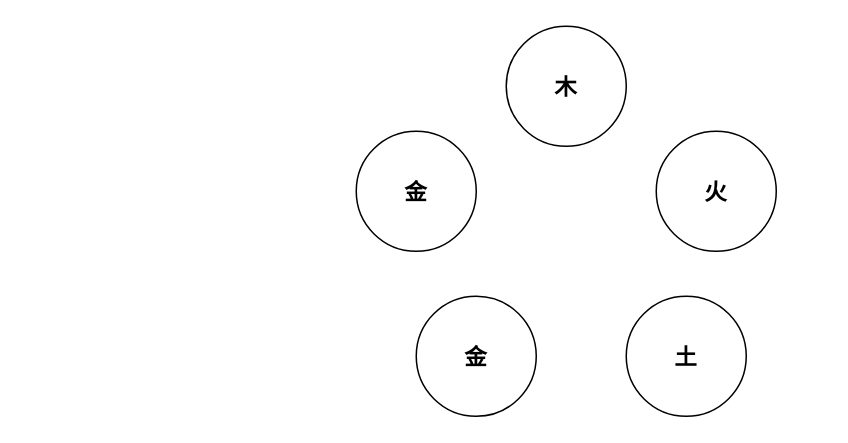
328507133/chart keeps this draw.io diagram as 易医玄门基础理论/阴阳/五行之性味.drawio. Above is the earlier version. Source tidied: cells renumbered, new cells numbered last; positions are measured from the earlier drawing's top-left corner, leaving out a move shared by most shapes. Both pictures are drawn from the tidied source at 150%, with x=0, y=0 at pixel (356, 26).
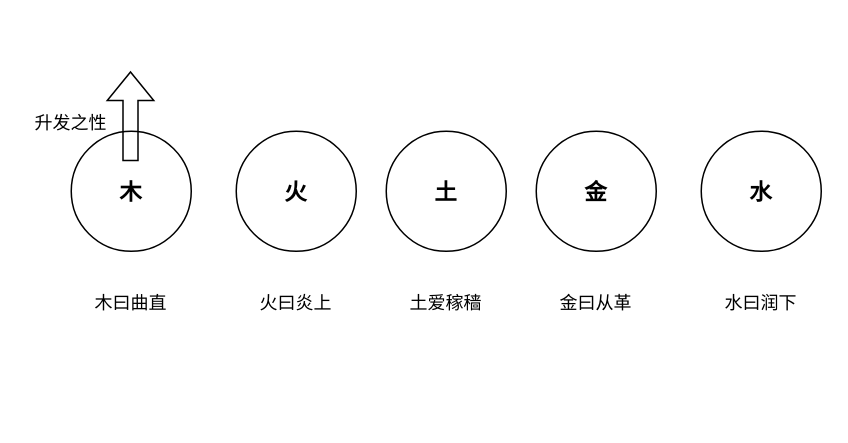
The same diagram, later.

Commit message (it also covers changes not shown here):
更新五行之性味.drawio

The edit, as a diff of the source:
```diff
@@
 <mxGraphModel>
   <root>
     <mxCell id="0" />
     <mxCell id="1" parent="0" />
     <mxCell id="2" value="金" style="ellipse;whiteSpace=wrap;html=1;fontSize=15;fontStyle=1;" parent="1" vertex="1">
-      <mxGeometry y="70" width="80" height="80" as="geometry" />
+      <mxGeometry x="120" y="70" width="80" height="80" as="geometry" />
     </mxCell>
-    <mxCell id="3" value="金" style="ellipse;whiteSpace=wrap;html=1;fontSize=15;fontStyle=1;" parent="1" vertex="1">
-      <mxGeometry x="40" y="180" width="80" height="80" as="geometry" />
+    <mxCell id="3" value="水" style="ellipse;whiteSpace=wrap;html=1;fontSize=15;fontStyle=1;" parent="1" vertex="1">
+      <mxGeometry x="230" y="70" width="80" height="80" as="geometry" />
     </mxCell>
     <mxCell id="4" value="火" style="ellipse;whiteSpace=wrap;html=1;fontSize=15;fontStyle=1;" parent="1" vertex="1">
-      <mxGeometry x="200" y="70" width="80" height="80" as="geometry" />
+      <mxGeometry x="-80" y="70" width="80" height="80" as="geometry" />
     </mxCell>
     <mxCell id="5" value="木" style="ellipse;whiteSpace=wrap;html=1;fontSize=15;fontStyle=1;" parent="1" vertex="1">
-      <mxGeometry x="100" width="80" height="80" as="geometry" />
+      <mxGeometry x="-190" y="70" width="80" height="80" as="geometry" />
     </mxCell>
     <mxCell id="6" value="土" style="ellipse;whiteSpace=wrap;html=1;fontSize=15;fontStyle=1;" parent="1" vertex="1">
-      <mxGeometry x="180" y="180" width="80" height="80" as="geometry" />
+      <mxGeometry x="20" y="70" width="80" height="80" as="geometry" />
     </mxCell>
+    <mxCell id="7" value="木曰曲直" style="text;html=1;align=center;verticalAlign=middle;whiteSpace=wrap;rounded=0;" parent="1" vertex="1">
+      <mxGeometry x="-180" y="170" width="60" height="30" as="geometry" />
+    </mxCell>
+    <mxCell id="8" value="火曰炎上" style="text;html=1;align=center;verticalAlign=middle;whiteSpace=wrap;rounded=0;" parent="1" vertex="1">
+      <mxGeometry x="-70" y="170" width="60" height="30" as="geometry" />
+    </mxCell>
+    <mxCell id="9" value="土爱稼穑" style="text;html=1;align=center;verticalAlign=middle;whiteSpace=wrap;rounded=0;" parent="1" vertex="1">
+      <mxGeometry x="30" y="170" width="60" height="30" as="geometry" />
+    </mxCell>
+    <mxCell id="10" value="金曰从革" style="text;html=1;align=center;verticalAlign=middle;whiteSpace=wrap;rounded=0;" parent="1" vertex="1">
+      <mxGeometry x="130" y="170" width="60" height="30" as="geometry" />
+    </mxCell>
+    <mxCell id="11" value="水曰润下" style="text;html=1;align=center;verticalAlign=middle;whiteSpace=wrap;rounded=0;" parent="1" vertex="1">
+      <mxGeometry x="240" y="170" width="60" height="30" as="geometry" />
+    </mxCell>
+    <mxCell id="12" style="shape=flexArrow;endArrow=classic;html=1;rounded=0;" parent="1" edge="1">
+      <mxGeometry relative="1" as="geometry">
+        <mxPoint x="-150.5" y="90" as="sourcePoint" />
+        <mxPoint x="-150.5" y="30" as="targetPoint" />
+      </mxGeometry>
+    </mxCell>
+    <mxCell id="13" value="升发之性" style="text;html=1;align=center;verticalAlign=middle;whiteSpace=wrap;rounded=0;" parent="1" vertex="1">
+      <mxGeometry x="-220" y="50" width="60" height="30" as="geometry" />
+    </mxCell>
   </root>
 </mxGraphModel>
```
